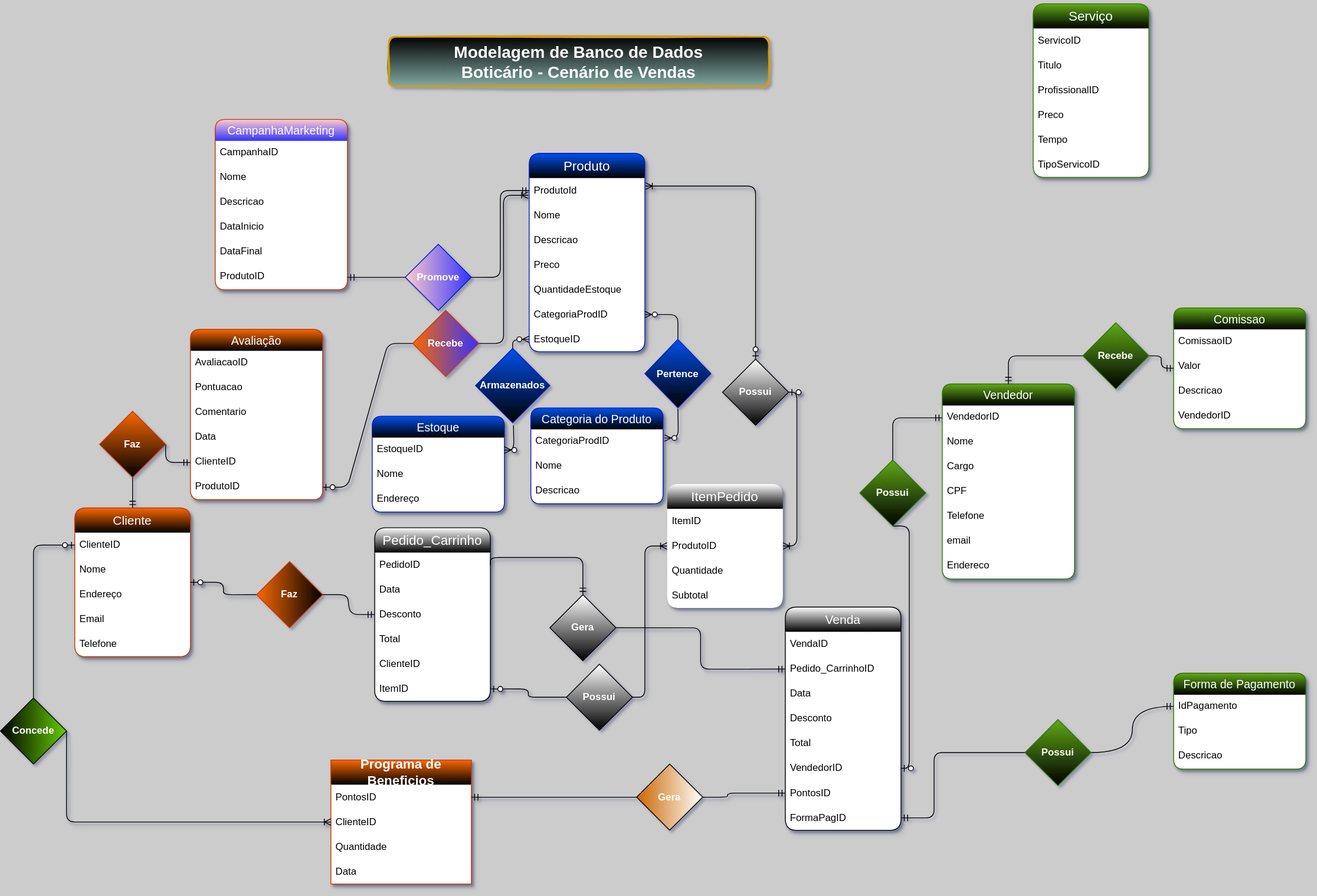
Earlier version of the draw.io export PrimeiroProjetoPratico_ModelagemBD/Boticario.drawio.svg (DanieleTravessa/BoticarioDesenvolve_Projetos). Source tidied: cells renumbered, new cells last; positions are measured from the earlier drawing's top-left corner, leaving out a move shared by most shapes.
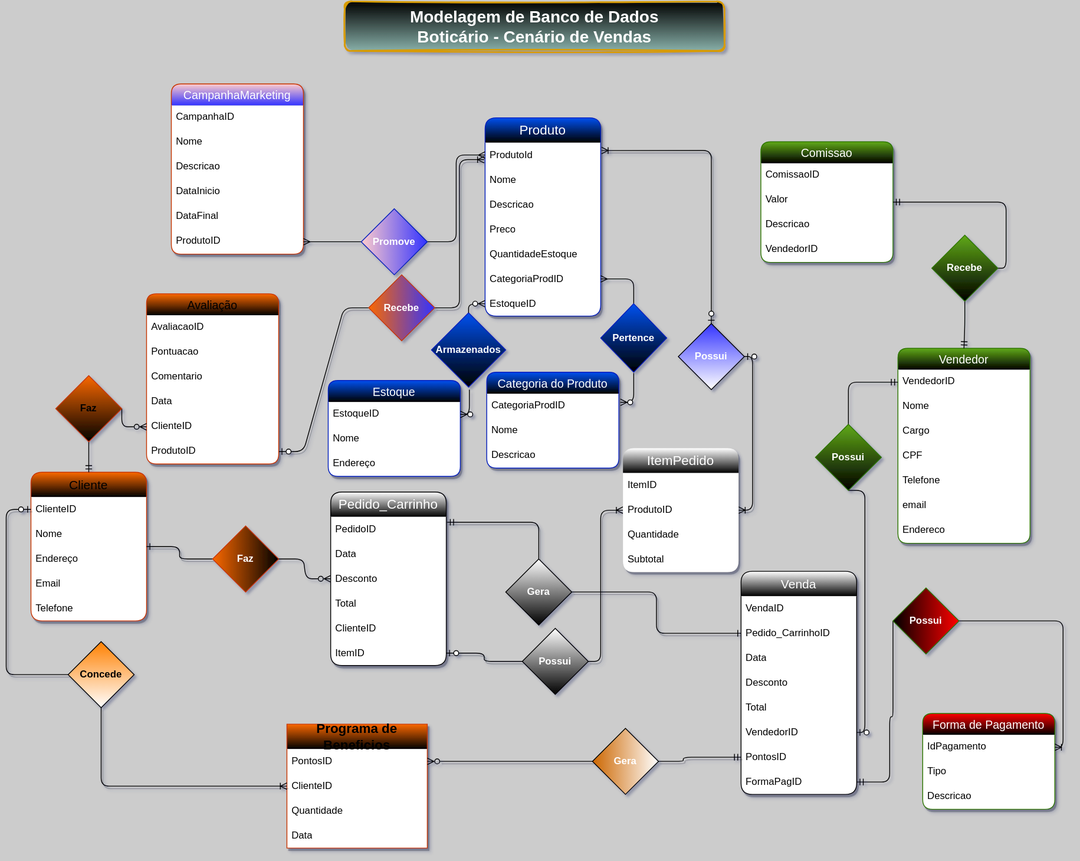
The same file after the commit.

Commit message:
Ajuste Layout Cores DER

Change to the diagram source:
```diff
@@ -7,3 +7,3 @@
     </mxCell>
-    <mxCell id="3" value="Programa de Beneficios" style="swimlane;fontStyle=1;horizontal=1;startSize=30;whiteSpace=wrap;html=1;rounded=0;strokeColor=#C73500;swimlaneLine=0;shadow=1;swimlaneFillColor=#FFFFFF;fontColor=#FFFFFF;labelBackgroundColor=none;labelBorderColor=none;fontSize=16;fillColor=#fa6800;gradientColor=default;arcSize=0;glass=0;" parent="1" vertex="1">
+    <mxCell id="3" value="Programa de Beneficios" style="swimlane;fontStyle=1;horizontal=1;startSize=30;whiteSpace=wrap;html=1;rounded=0;strokeColor=#C73500;swimlaneLine=0;shadow=1;swimlaneFillColor=#FFFFFF;fontColor=#000000;labelBackgroundColor=none;labelBorderColor=none;fontSize=16;fillColor=#fa6800;gradientColor=default;arcSize=0;glass=0;" parent="1" vertex="1">
       <mxGeometry x="400" y="915" width="170" height="150" as="geometry" />
@@ -22,3 +22,3 @@
     </mxCell>
-    <mxCell id="8" value="Cliente" style="swimlane;fontStyle=0;horizontal=1;startSize=30;whiteSpace=wrap;html=1;rounded=1;strokeColor=#C73500;swimlaneLine=0;shadow=1;swimlaneFillColor=#FFFFFF;fontSize=15;fillColor=#fa6800;fontColor=#FFFFFF;gradientColor=default;" parent="1" vertex="1">
+    <mxCell id="8" value="Cliente" style="swimlane;fontStyle=0;horizontal=1;startSize=30;whiteSpace=wrap;html=1;rounded=1;strokeColor=#C73500;swimlaneLine=0;shadow=1;swimlaneFillColor=#FFFFFF;fontSize=15;fillColor=#fa6800;fontColor=#000000;gradientColor=default;" parent="1" vertex="1">
       <mxGeometry x="90" y="610" width="140" height="180" as="geometry" />
@@ -73,3 +73,3 @@
     </mxCell>
-    <mxCell id="23" style="fontSize=11;html=1;endArrow=ERmandOne;startArrow=none;fontFamily=Helvetica;fontColor=#000000;align=center;rounded=1;strokeColor=#000000;swimlaneLine=0;shadow=1;exitX=1;exitY=0.5;exitDx=0;exitDy=0;edgeStyle=orthogonalEdgeStyle;entryX=0;entryY=0.5;entryDx=0;entryDy=0;" parent="1" edge="1" source="74" target="26">
+    <mxCell id="23" style="fontSize=11;html=1;endArrow=ERone;startArrow=none;fontFamily=Helvetica;fontColor=#000000;align=center;rounded=1;strokeColor=#000000;swimlaneLine=0;shadow=1;exitX=1;exitY=0.5;exitDx=0;exitDy=0;edgeStyle=orthogonalEdgeStyle;entryX=0;entryY=0.5;entryDx=0;entryDy=0;startFill=0;endFill=0;" parent="1" edge="1" source="74" target="26">
       <mxGeometry relative="1" as="geometry" />
@@ -151,27 +151,6 @@
     </mxCell>
-    <mxCell id="49" value="Serviço" style="swimlane;fontStyle=0;horizontal=1;startSize=30;whiteSpace=wrap;html=1;rounded=1;strokeColor=#2D7600;fontColor=#FFFFFF;swimlaneLine=0;shadow=1;swimlaneFillColor=#FFFFFF;fontSize=16;fillColor=#60a917;gradientColor=default;" parent="1" vertex="1">
-      <mxGeometry x="1250" width="140" height="210" as="geometry" />
-    </mxCell>
-    <mxCell id="50" value="ServicoID" style="text;align=left;verticalAlign=middle;spacingLeft=4;spacingRight=4;overflow=hidden;whiteSpace=wrap;html=1;rounded=1;strokeColor=none;fontColor=#000000;swimlaneLine=0;shadow=1;" parent="49" vertex="1">
-      <mxGeometry y="30" width="140" height="30" as="geometry" />
-    </mxCell>
-    <mxCell id="51" value="Titulo" style="text;align=left;verticalAlign=middle;spacingLeft=4;spacingRight=4;overflow=hidden;whiteSpace=wrap;html=1;rounded=1;strokeColor=none;fontColor=#000000;swimlaneLine=0;shadow=1;" parent="49" vertex="1">
-      <mxGeometry y="60" width="140" height="30" as="geometry" />
-    </mxCell>
-    <mxCell id="52" value="ProfissionalID" style="text;align=left;verticalAlign=middle;spacingLeft=4;spacingRight=4;overflow=hidden;whiteSpace=wrap;html=1;rounded=1;strokeColor=none;fontColor=#000000;swimlaneLine=0;shadow=1;" parent="49" vertex="1">
-      <mxGeometry y="90" width="140" height="30" as="geometry" />
-    </mxCell>
-    <mxCell id="53" value="Preco" style="text;align=left;verticalAlign=middle;spacingLeft=4;spacingRight=4;overflow=hidden;whiteSpace=wrap;html=1;rounded=1;strokeColor=none;fontColor=#000000;swimlaneLine=0;shadow=1;" parent="49" vertex="1">
-      <mxGeometry y="120" width="140" height="30" as="geometry" />
-    </mxCell>
-    <mxCell id="54" value="Tempo" style="text;align=left;verticalAlign=middle;spacingLeft=4;spacingRight=4;overflow=hidden;whiteSpace=wrap;html=1;rounded=1;strokeColor=none;fontColor=#000000;swimlaneLine=0;shadow=1;" parent="49" vertex="1">
-      <mxGeometry y="150" width="140" height="30" as="geometry" />
-    </mxCell>
-    <mxCell id="55" value="TipoServicoID" style="text;align=left;verticalAlign=middle;spacingLeft=4;spacingRight=4;overflow=hidden;whiteSpace=wrap;html=1;rounded=1;strokeColor=none;fontColor=#000000;swimlaneLine=0;shadow=1;" parent="49" vertex="1">
-      <mxGeometry y="180" width="140" height="30" as="geometry" />
-    </mxCell>
-    <mxCell id="56" style="edgeStyle=orthogonalEdgeStyle;fontSize=11;html=1;endArrow=ERoneToMany;startArrow=none;fontFamily=Helvetica;fontColor=#000000;align=center;strokeColor=#000000;swimlaneLine=0;shadow=1;rounded=1;exitX=1;exitY=0.5;exitDx=0;exitDy=0;entryX=0;entryY=0.5;entryDx=0;entryDy=0;" parent="1" edge="1" source="69" target="5">
+    <mxCell id="56" style="edgeStyle=orthogonalEdgeStyle;fontSize=11;html=1;endArrow=ERoneToMany;startArrow=none;fontFamily=Helvetica;fontColor=#000000;align=center;strokeColor=#000000;swimlaneLine=0;shadow=1;rounded=1;exitX=0.5;exitY=1;exitDx=0;exitDy=0;entryX=0;entryY=0.5;entryDx=0;entryDy=0;" parent="1" edge="1" source="69" target="5">
       <mxGeometry relative="1" as="geometry">
         <Array as="points">
-          <mxPoint x="80" y="990" />
+          <mxPoint x="175" y="990" />
         </Array>
@@ -179,3 +158,3 @@
     </mxCell>
-    <mxCell id="57" style="fontSize=12;html=1;endArrow=ERmandOne;startArrow=none;rounded=1;exitX=0;exitY=0.5;exitDx=0;exitDy=0;strokeColor=#000000;fontColor=#000000;swimlaneLine=0;shadow=1;edgeStyle=orthogonalEdgeStyle;entryX=1;entryY=0.5;entryDx=0;entryDy=0;" parent="1" edge="1" source="72" target="4">
+    <mxCell id="57" style="fontSize=12;html=1;endArrow=ERzeroToMany;startArrow=none;rounded=1;exitX=0;exitY=0.5;exitDx=0;exitDy=0;strokeColor=#000000;fontColor=#000000;swimlaneLine=0;shadow=1;edgeStyle=orthogonalEdgeStyle;entryX=1;entryY=0.5;entryDx=0;entryDy=0;endFill=0;" parent="1" edge="1" source="72" target="4">
       <mxGeometry relative="1" as="geometry">
@@ -186,4 +165,4 @@
     </mxCell>
-    <mxCell id="58" value="Forma de Pagamento" style="swimlane;fontStyle=0;horizontal=1;startSize=26;align=center;fontSize=14;rounded=1;strokeColor=#2D7600;swimlaneLine=0;shadow=1;swimlaneFillColor=#FFFFFF;verticalAlign=middle;labelBackgroundColor=none;labelBorderColor=none;fillColor=#60a917;fontColor=#FFFFFF;gradientColor=default;" parent="1" vertex="1">
-      <mxGeometry x="1420" y="810" width="160" height="116" as="geometry" />
+    <mxCell id="58" value="Forma de Pagamento" style="swimlane;fontStyle=0;horizontal=1;startSize=26;align=center;fontSize=14;rounded=1;strokeColor=#2D7600;swimlaneLine=0;shadow=1;swimlaneFillColor=#FFFFFF;verticalAlign=middle;labelBackgroundColor=none;labelBorderColor=none;fillColor=#FF0000;fontColor=#FFFFFF;gradientColor=default;" parent="1" vertex="1">
+      <mxGeometry x="1170" y="902" width="160" height="116" as="geometry" />
     </mxCell>
@@ -225,6 +204,6 @@
     </mxCell>
-    <mxCell id="69" value="Concede" style="rhombus;whiteSpace=wrap;html=1;shadow=0;glass=0;labelBorderColor=none;fillStyle=zigzag;fontSize=12;fontColor=#FFFFFF;gradientColor=#000000;fontStyle=1;gradientDirection=west;fillColor=#66CC00;" parent="1" vertex="1">
-      <mxGeometry y="840" width="80" height="80" as="geometry" />
+    <mxCell id="69" value="Concede" style="rhombus;whiteSpace=wrap;html=1;shadow=0;glass=0;labelBorderColor=none;fillStyle=zigzag;fontSize=12;fontColor=#000000;gradientColor=#FFFFFF;fontStyle=1;gradientDirection=south;fillColor=#FF8000;" parent="1" vertex="1">
+      <mxGeometry x="135" y="815" width="80" height="80" as="geometry" />
     </mxCell>
-    <mxCell id="70" style="edgeStyle=orthogonalEdgeStyle;fontSize=11;html=1;endArrow=none;startArrow=ERzeroToOne;fontFamily=Helvetica;fontColor=#000000;align=center;strokeColor=#000000;swimlaneLine=0;shadow=1;entryX=0;entryY=0.5;entryDx=0;entryDy=0;" parent="1" edge="1" source="8" target="102">
+    <mxCell id="70" style="edgeStyle=orthogonalEdgeStyle;fontSize=11;html=1;endArrow=none;startArrow=ERone;fontFamily=Helvetica;fontColor=#000000;align=center;strokeColor=#000000;swimlaneLine=0;shadow=1;entryX=0;entryY=0.5;entryDx=0;entryDy=0;startFill=0;" parent="1" edge="1" source="8" target="102">
       <mxGeometry relative="1" as="geometry" />
@@ -242,7 +221,6 @@
     </mxCell>
-    <mxCell id="73" style="edgeStyle=orthogonalEdgeStyle;fontSize=11;html=1;endArrow=none;startArrow=ERmandOne;fontFamily=Helvetica;fontColor=#000000;align=center;rounded=1;strokeColor=#000000;swimlaneLine=0;shadow=1;entryX=1;entryY=0.5;entryDx=0;entryDy=0;exitX=0.5;exitY=0;exitDx=0;exitDy=0;" parent="1" edge="1" source="74" target="35">
+    <mxCell id="73" style="edgeStyle=orthogonalEdgeStyle;fontSize=11;html=1;endArrow=none;startArrow=ERmandOne;fontFamily=Helvetica;fontColor=#000000;align=center;rounded=1;strokeColor=#000000;swimlaneLine=0;shadow=1;entryX=0.5;entryY=0;entryDx=0;entryDy=0;exitX=1.006;exitY=0.219;exitDx=0;exitDy=0;exitPerimeter=0;" parent="1" edge="1" source="35" target="74">
       <mxGeometry relative="1" as="geometry">
         <Array as="points">
-          <mxPoint x="705" y="670" />
-          <mxPoint x="593" y="670" />
+          <mxPoint x="705" y="671" />
         </Array>
@@ -253,3 +231,3 @@
     </mxCell>
-    <mxCell id="75" style="fontSize=12;html=1;endArrow=ERmandOne;startArrow=none;fontColor=#000000;entryX=0;entryY=0.467;entryDx=0;entryDy=0;strokeColor=#000000;rounded=1;entryPerimeter=0;exitX=1;exitY=0.5;exitDx=0;exitDy=0;edgeStyle=orthogonalEdgeStyle;curved=1;" parent="1" edge="1" source="77" target="59">
+    <mxCell id="75" style="fontSize=12;html=1;endArrow=ERoneToMany;startArrow=none;fontColor=#000000;entryX=1;entryY=0.5;entryDx=0;entryDy=0;strokeColor=#000000;rounded=1;exitX=1;exitY=0.5;exitDx=0;exitDy=0;edgeStyle=orthogonalEdgeStyle;endFill=0;" parent="1" edge="1" source="77" target="59">
       <mxGeometry relative="1" as="geometry" />
@@ -264,4 +242,4 @@
     </mxCell>
-    <mxCell id="77" value="Possui" style="rhombus;whiteSpace=wrap;html=1;shadow=0;glass=0;labelBorderColor=none;fillStyle=zigzag;fontSize=12;fontColor=#ffffff;fontStyle=1;fillColor=#60a917;strokeColor=#2D7600;gradientColor=default;" parent="1" vertex="1">
-      <mxGeometry x="1240" y="866" width="80" height="80" as="geometry" />
+    <mxCell id="77" value="Possui" style="rhombus;whiteSpace=wrap;html=1;shadow=0;glass=0;labelBorderColor=none;fillStyle=zigzag;fontSize=12;fontColor=#ffffff;fontStyle=1;fillColor=#FF0000;strokeColor=#2D7600;gradientColor=#000000;gradientDirection=west;" parent="1" vertex="1">
+      <mxGeometry x="1134" y="750" width="80" height="80" as="geometry" />
     </mxCell>
@@ -288,3 +266,3 @@
     </mxCell>
-    <mxCell id="85" value="Avaliação" style="swimlane;fontStyle=0;horizontal=1;startSize=26;align=center;fontSize=14;rounded=1;strokeColor=#C73500;swimlaneLine=0;shadow=1;swimlaneFillColor=#FFFFFF;verticalAlign=middle;labelBackgroundColor=none;labelBorderColor=none;fillColor=#fa6800;fontColor=#FFFFFF;gradientColor=default;" parent="1" vertex="1">
+    <mxCell id="85" value="Avaliação" style="swimlane;fontStyle=0;horizontal=1;startSize=26;align=center;fontSize=14;rounded=1;strokeColor=#C73500;swimlaneLine=0;shadow=1;swimlaneFillColor=#FFFFFF;verticalAlign=middle;labelBackgroundColor=none;labelBorderColor=none;fillColor=#fa6800;fontColor=#000000;gradientColor=default;" parent="1" vertex="1">
       <mxGeometry x="230" y="394" width="160" height="206" as="geometry" />
@@ -310,3 +288,3 @@
     <mxCell id="92" value="Comissao" style="swimlane;fontStyle=0;horizontal=1;startSize=26;align=center;fontSize=14;rounded=1;strokeColor=#2D7600;swimlaneLine=0;shadow=1;swimlaneFillColor=#FFFFFF;verticalAlign=middle;labelBackgroundColor=none;labelBorderColor=none;fillColor=#60a917;fontColor=#FFFFFF;gradientColor=default;" parent="1" vertex="1">
-      <mxGeometry x="1420" y="368" width="160" height="146" as="geometry" />
+      <mxGeometry x="974" y="210" width="160" height="146" as="geometry" />
     </mxCell>
@@ -324,3 +302,3 @@
     </mxCell>
-    <mxCell id="97" style="fontSize=12;html=1;endArrow=ERmandOne;startArrow=none;rounded=1;strokeColor=#000000;fontColor=#000000;edgeStyle=orthogonalEdgeStyle;exitX=1;exitY=0.5;exitDx=0;exitDy=0;entryX=0;entryY=0.5;entryDx=0;entryDy=0;" parent="1" edge="1" source="103" target="15">
+    <mxCell id="97" style="fontSize=12;html=1;endArrow=ERmany;startArrow=none;rounded=1;strokeColor=#000000;fontColor=#000000;edgeStyle=orthogonalEdgeStyle;exitX=1;exitY=0.5;exitDx=0;exitDy=0;entryX=0;entryY=0.5;entryDx=0;entryDy=0;endFill=0;" parent="1" edge="1" source="103" target="15">
       <mxGeometry relative="1" as="geometry" />
@@ -330,3 +308,3 @@
     </mxCell>
-    <mxCell id="99" style="fontSize=12;html=1;endArrow=none;startArrow=ERmandOne;rounded=1;strokeColor=#000000;fontColor=#000000;exitX=0;exitY=0.5;exitDx=0;exitDy=0;edgeStyle=orthogonalEdgeStyle;entryX=1;entryY=0.5;entryDx=0;entryDy=0;" parent="1" edge="1" source="90" target="100">
+    <mxCell id="99" style="fontSize=12;html=1;endArrow=none;startArrow=ERzeroToMany;rounded=1;strokeColor=#000000;fontColor=#000000;exitX=0;exitY=0.5;exitDx=0;exitDy=0;edgeStyle=orthogonalEdgeStyle;entryX=1;entryY=0.5;entryDx=0;entryDy=0;startFill=0;" parent="1" edge="1" source="90" target="100">
       <mxGeometry relative="1" as="geometry">
@@ -337,6 +315,6 @@
     </mxCell>
-    <mxCell id="100" value="Faz" style="rhombus;whiteSpace=wrap;html=1;shadow=0;glass=0;labelBorderColor=none;fillStyle=zigzag;fontSize=12;fontColor=#FFFFFF;fontStyle=1;fillColor=#fa6800;strokeColor=#C73500;gradientColor=default;" parent="1" vertex="1">
+    <mxCell id="100" value="Faz" style="rhombus;whiteSpace=wrap;html=1;shadow=0;glass=0;labelBorderColor=none;fillStyle=zigzag;fontSize=12;fontColor=#000000;fontStyle=1;fillColor=#fa6800;strokeColor=#C73500;gradientColor=default;" parent="1" vertex="1">
       <mxGeometry x="120" y="493" width="80" height="80" as="geometry" />
     </mxCell>
-    <mxCell id="101" style="edgeStyle=entityRelationEdgeStyle;fontSize=12;html=1;endArrow=none;startArrow=ERmandOne;rounded=1;strokeColor=#000000;fontColor=#000000;entryX=0;entryY=0.5;entryDx=0;entryDy=0;exitX=1;exitY=0.5;exitDx=0;exitDy=0;" parent="1" edge="1" source="84" target="103">
+    <mxCell id="101" style="edgeStyle=entityRelationEdgeStyle;fontSize=12;html=1;endArrow=none;startArrow=ERmany;rounded=1;strokeColor=#000000;fontColor=#000000;entryX=0;entryY=0.5;entryDx=0;entryDy=0;exitX=1;exitY=0.5;exitDx=0;exitDy=0;startFill=0;" parent="1" edge="1" source="84" target="103">
       <mxGeometry relative="1" as="geometry">
@@ -347,3 +325,3 @@
     </mxCell>
-    <mxCell id="102" value="Faz" style="rhombus;whiteSpace=wrap;html=1;shadow=0;glass=0;labelBorderColor=none;fillStyle=zigzag;fontSize=12;fontColor=#FFFFFF;fontStyle=1;fillColor=#fa6800;strokeColor=#C73500;gradientColor=default;gradientDirection=east;" parent="1" vertex="1">
+    <mxCell id="102" value="Faz" style="rhombus;whiteSpace=wrap;html=1;shadow=0;glass=0;labelBorderColor=none;fillStyle=zigzag;fontSize=12;fontColor=#FFFFFF;fontStyle=1;fillColor=#fa6800;strokeColor=#C73500;gradientColor=#000000;gradientDirection=east;" parent="1" vertex="1">
       <mxGeometry x="310" y="675" width="80" height="80" as="geometry" />
@@ -365,3 +343,3 @@
     </mxCell>
-    <mxCell id="108" style="fontSize=12;html=1;endArrow=ERzeroToMany;endFill=1;startArrow=none;rounded=1;strokeColor=#000000;fontColor=#FFFFFF;entryX=1;entryY=0.5;entryDx=0;entryDy=0;exitX=0.5;exitY=0;exitDx=0;exitDy=0;edgeStyle=orthogonalEdgeStyle;" parent="1" edge="1" source="110" target="20">
+    <mxCell id="108" style="fontSize=12;html=1;endArrow=ERmany;endFill=0;startArrow=none;rounded=1;strokeColor=#000000;fontColor=#FFFFFF;entryX=1;entryY=0.5;entryDx=0;entryDy=0;exitX=0.5;exitY=0;exitDx=0;exitDy=0;edgeStyle=orthogonalEdgeStyle;" parent="1" edge="1" source="110" target="20">
       <mxGeometry relative="1" as="geometry" />
@@ -376,3 +354,3 @@
     </mxCell>
-    <mxCell id="111" style="edgeStyle=entityRelationEdgeStyle;fontSize=12;html=1;endArrow=none;startArrow=ERmandOne;rounded=1;strokeColor=#000000;fontColor=#FFFFFF;entryX=1;entryY=0.5;entryDx=0;entryDy=0;" parent="1" edge="1" source="34" target="102">
+    <mxCell id="111" style="edgeStyle=entityRelationEdgeStyle;fontSize=12;html=1;endArrow=none;startArrow=ERzeroToMany;rounded=1;strokeColor=#000000;fontColor=#FFFFFF;entryX=1;entryY=0.5;entryDx=0;entryDy=0;startFill=0;" parent="1" edge="1" source="34" target="102">
       <mxGeometry relative="1" as="geometry">
@@ -400,6 +378,6 @@
     </mxCell>
-    <mxCell id="115" value="Possui" style="rhombus;whiteSpace=wrap;html=1;shadow=0;glass=0;labelBorderColor=none;fillStyle=zigzag;fontSize=12;fontColor=#ffffff;fontStyle=1;fillColor=#60a917;strokeColor=#2D7600;gradientColor=default;" parent="1" vertex="1">
+    <mxCell id="115" value="Possui" style="rhombus;whiteSpace=wrap;html=1;shadow=0;glass=0;labelBorderColor=none;fillStyle=zigzag;fontSize=12;fontColor=#ffffff;fontStyle=1;fillColor=#60a917;strokeColor=#2D7600;gradientColor=#000000;" parent="1" vertex="1">
       <mxGeometry x="1040" y="552" width="80" height="80" as="geometry" />
     </mxCell>
-    <mxCell id="116" style="fontSize=12;html=1;endArrow=ERmandOne;startArrow=none;rounded=1;strokeColor=#000000;fontColor=#FFFFFF;entryX=0.5;entryY=0;entryDx=0;entryDy=0;exitX=0;exitY=0.5;exitDx=0;exitDy=0;edgeStyle=orthogonalEdgeStyle;" parent="1" edge="1" source="118" target="41">
+    <mxCell id="116" style="fontSize=12;html=1;endArrow=ERmandOne;startArrow=none;rounded=1;strokeColor=#000000;fontColor=#FFFFFF;entryX=0.5;entryY=0;entryDx=0;entryDy=0;exitX=0.5;exitY=1;exitDx=0;exitDy=0;edgeStyle=orthogonalEdgeStyle;" parent="1" edge="1" source="118" target="41">
       <mxGeometry relative="1" as="geometry" />
@@ -410,3 +388,3 @@
     <mxCell id="118" value="Recebe" style="rhombus;whiteSpace=wrap;html=1;shadow=0;glass=0;labelBorderColor=none;fillStyle=zigzag;fontSize=12;fontColor=#ffffff;fontStyle=1;fillColor=#60a917;strokeColor=#2D7600;gradientColor=default;" parent="1" vertex="1">
-      <mxGeometry x="1310" y="386" width="80" height="80" as="geometry" />
+      <mxGeometry x="1181" y="323" width="80" height="80" as="geometry" />
     </mxCell>
@@ -436,3 +414,4 @@
         <Array as="points">
-          <mxPoint x="40" y="655" />
+          <mxPoint x="60" y="655" />
+          <mxPoint x="60" y="855" />
         </Array>
@@ -440,3 +419,3 @@
     </mxCell>
-    <mxCell id="127" value="Possui" style="rhombus;whiteSpace=wrap;html=1;shadow=0;glass=0;labelBorderColor=none;fillStyle=zigzag;fontSize=12;fontColor=#FFFFFF;gradientColor=default;fontStyle=1;" parent="1" vertex="1">
+    <mxCell id="127" value="Possui" style="rhombus;whiteSpace=wrap;html=1;shadow=0;glass=0;labelBorderColor=none;fillStyle=zigzag;fontSize=12;fontColor=#FFFFFF;gradientColor=#3333FF;fontStyle=1;gradientDirection=north;" parent="1" vertex="1">
       <mxGeometry x="874" y="430" width="80" height="80" as="geometry" />
```
